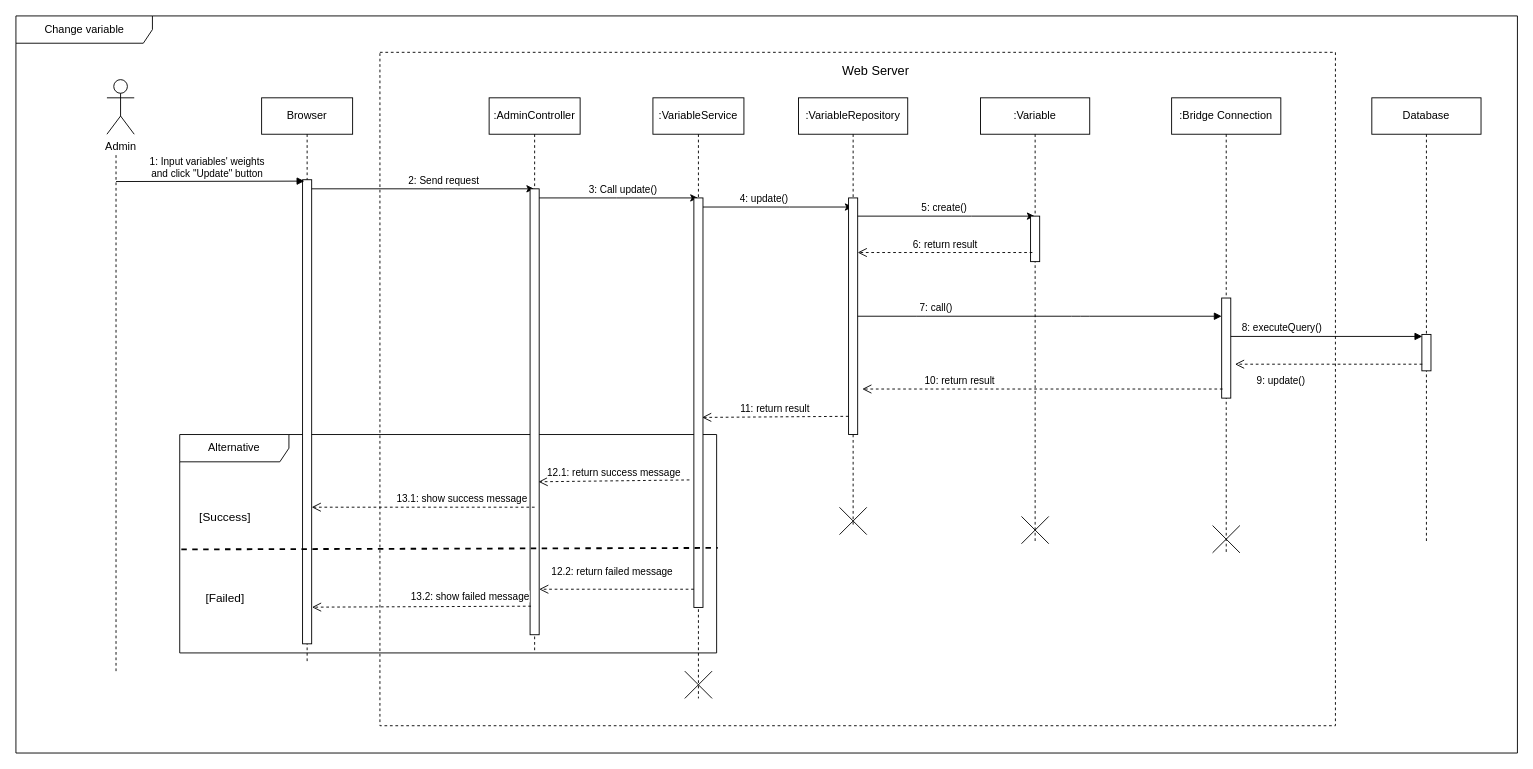
The draw.io diagram Documents/diagrams/after-review/sequence/change-variable.drawio in thienthao/pbs, before the edit. Source tidied: cells renumbered, new cells numbered last; positions are measured from the earlier drawing's top-left corner, leaving out a move shared by most shapes. Both pictures are drawn from the tidied source at 91%, with x=0, y=0 at pixel (15, 15).
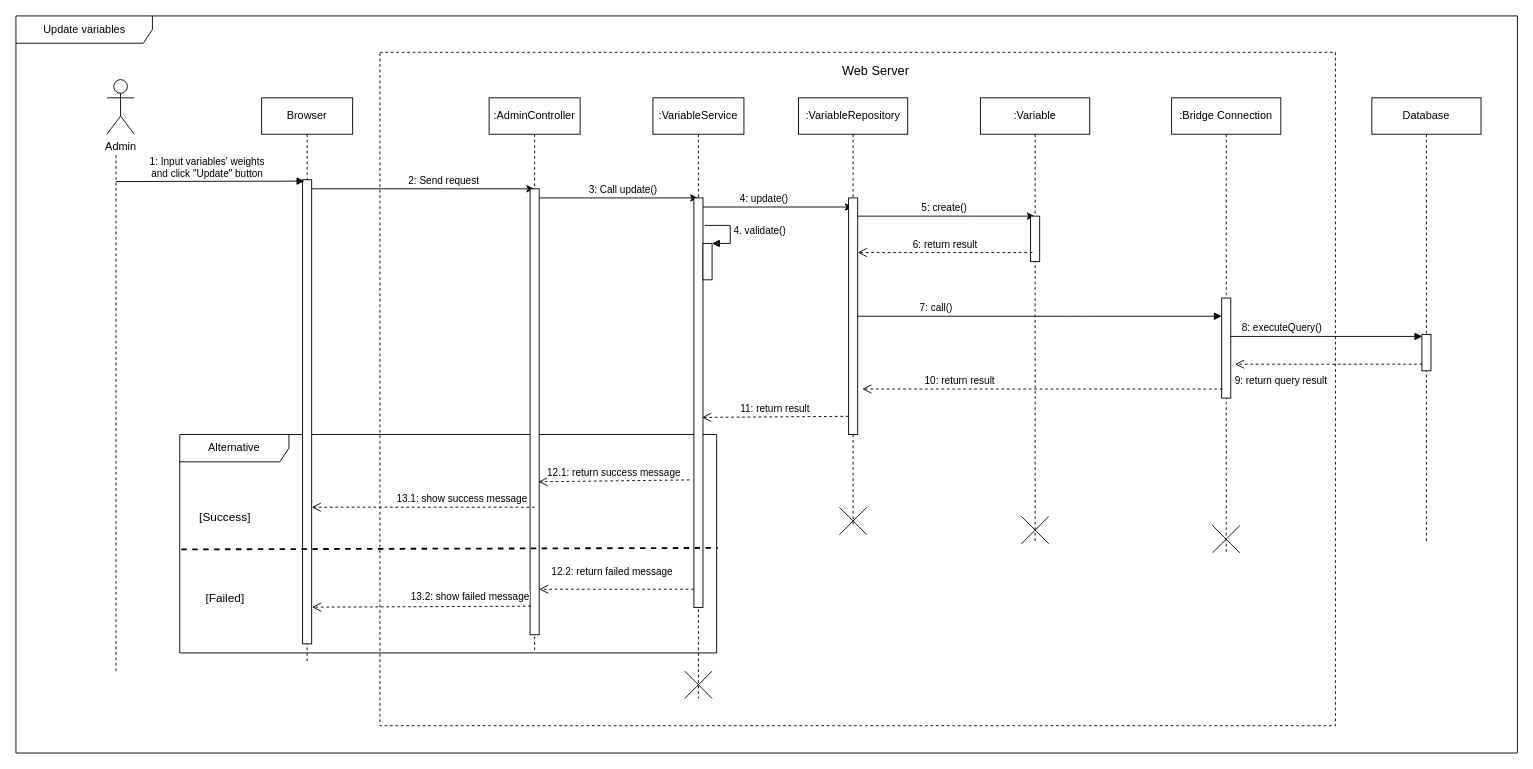
Above is the later version.

Unchanged cells that the change refers to:
```xml
<mxCell id="16" value=":VariableService" style="shape=umlLifeline;perimeter=lifelinePerimeter;whiteSpace=wrap;html=1;outlineConnect=0;" parent="1" vertex="1">
  <mxGeometry x="700" y="90" width="100" height="660" as="geometry" />
</mxCell>
<mxCell id="17" style="html=1;points=[];perimeter=orthogonalPerimeter;" parent="16" vertex="1">
  <mxGeometry x="45" y="110" width="10" height="450" as="geometry" />
</mxCell>
<mxCell id="28" style="html=1;points=[];perimeter=orthogonalPerimeter;" parent="27" vertex="1">
  <mxGeometry x="55" y="220" width="10" height="110" as="geometry" />
</mxCell>
<mxCell id="32" style="html=1;points=[];perimeter=orthogonalPerimeter;" parent="31" vertex="1">
  <mxGeometry x="55" y="260" width="10" height="40" as="geometry" />
</mxCell>
```

The edit, as a diff of the source:
```diff
@@
-    <mxCell id="2" value="Change variable" style="shape=umlFrame;html=1;width=150;" parent="1" vertex="1">
+    <mxCell id="2" value="Update variables" style="shape=umlFrame;html=1;width=150;" parent="1" vertex="1">
       <mxGeometry width="1650" height="810" as="geometry" />
     </mxCell>
@@
+    <mxCell id="48" style="html=1;points=[];perimeter=orthogonalPerimeter;" parent="16" vertex="1">
+      <mxGeometry x="55" y="160" width="10" height="40" as="geometry" />
+    </mxCell>
+    <mxCell id="49" value="4. validate()" style="edgeStyle=orthogonalEdgeStyle;html=1;align=left;spacingLeft=2;endArrow=block;rounded=0;entryX=1;entryY=0;exitX=1.2;exitY=0.067;exitDx=0;exitDy=0;exitPerimeter=0;" parent="16" edge="1" source="17" target="48">
+      <mxGeometry relative="1" as="geometry">
+        <Array as="points">
+          <mxPoint x="85" y="140" />
+          <mxPoint x="85" y="160" />
+        </Array>
+      </mxGeometry>
+    </mxCell>
@@
-    <mxCell id="34" value="9: update()" style="html=1;verticalAlign=bottom;endArrow=open;dashed=1;endSize=8;entryX=1.459;entryY=0.661;entryDx=0;entryDy=0;entryPerimeter=0;exitX=0.047;exitY=0.818;exitDx=0;exitDy=0;exitPerimeter=0;" parent="1" edge="1" source="32" target="28">
+    <mxCell id="34" value="9: return query result" style="html=1;verticalAlign=bottom;endArrow=open;dashed=1;endSize=8;entryX=1.459;entryY=0.661;entryDx=0;entryDy=0;entryPerimeter=0;exitX=0.047;exitY=0.818;exitDx=0;exitDy=0;exitPerimeter=0;" parent="1" edge="1" source="32" target="28">
       <mxGeometry x="0.51" y="27" relative="1" as="geometry" />
     </mxCell>
```
